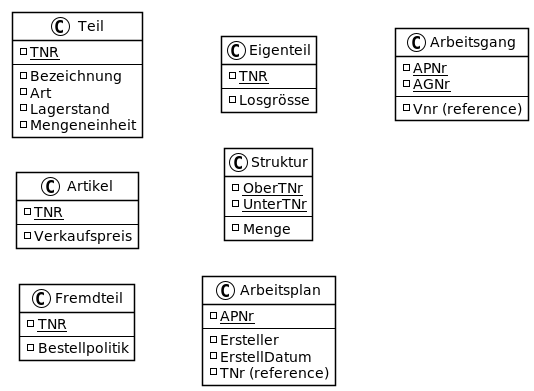
The PlantUML diagram uebungen/13/images/sceme.png in MctomSpdo/school-SQL, before a commit.
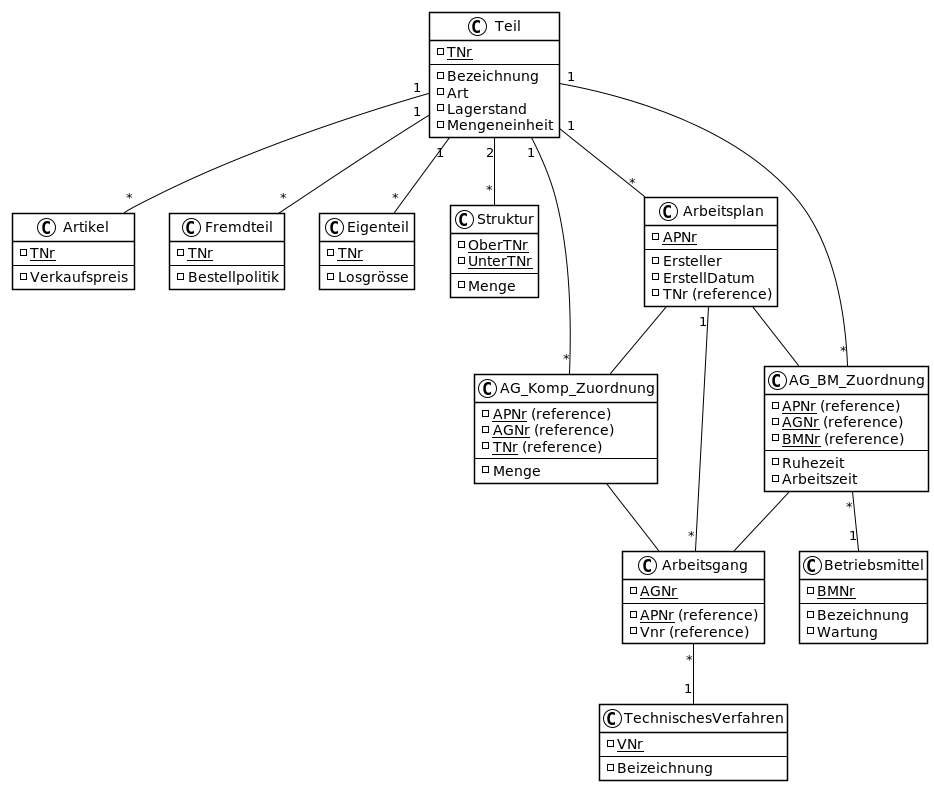
After the commit.

Change to the diagram source:
```diff
@@ -1,6 +1,4 @@
 @startuml
-
-left to right direction
 
 
 
@@ -144,7 +142,7 @@
 }
 
 class Teil {
-    - <u>TNR</u>
+    - <u>TNr</u>
     ---
     - Bezeichnung
     - Art
@@ -153,19 +151,19 @@
 }
 
 class Artikel {
-    - <u>TNR</u>
+    - <u>TNr</u>
     ---
     - Verkaufspreis
 }
 
 class Fremdteil {
-    - <u>TNR</u>
+    - <u>TNr</u>
     ---
     - Bestellpolitik
 }
 
 class Eigenteil {
-    - <u>TNR</u>
+    - <u>TNr</u>
     ---
     - Losgrösse
 }
@@ -186,10 +184,59 @@
 }
 
 class Arbeitsgang {
-    - <u>APNr</u>
     - <u>AGNr</u>
     ---
+    - <u>APNr</u> (reference)
     - Vnr (reference)
 }
 
+class TechnischesVerfahren {
+    - <u>VNr</u>
+    ---
+    - Beizeichnung
+}
+
+class Betriebsmittel {
+    - <u>BMNr</u>
+    ---
+    - Bezeichnung
+    - Wartung
+}
+
+class AG_BM_Zuordnung {
+    - <u>APNr</u> (reference)
+    - <u>AGNr</u> (reference)
+    - <u>BMNr</u> (reference)
+    ---
+    - Ruhezeit
+    - Arbeitszeit
+}
+
+class AG_Komp_Zuordnung {
+    - <u>APNr</u> (reference)
+    - <u>AGNr</u> (reference)
+    - <u>TNr</u> (reference)
+    ----
+    - Menge
+}
+
+Teil "1"--"*" Eigenteil
+Teil "1"--"*" Fremdteil
+Teil "1"--"*" Artikel
+Teil "2"--"*" Struktur
+Teil "1"--"*" Arbeitsplan
+Teil "1"--"*" AG_BM_Zuordnung
+Teil "1"--"*" AG_Komp_Zuordnung
+
+Arbeitsplan "1"--"*" Arbeitsgang
+Arbeitsplan -- AG_Komp_Zuordnung
+Arbeitsplan -- AG_BM_Zuordnung
+AG_Komp_Zuordnung -- Arbeitsgang
+
+AG_BM_Zuordnung "*"--"1" Betriebsmittel
+AG_BM_Zuordnung  -- Arbeitsgang
+
+
+Arbeitsgang "*"--"1" TechnischesVerfahren
+
 @enduml
```
